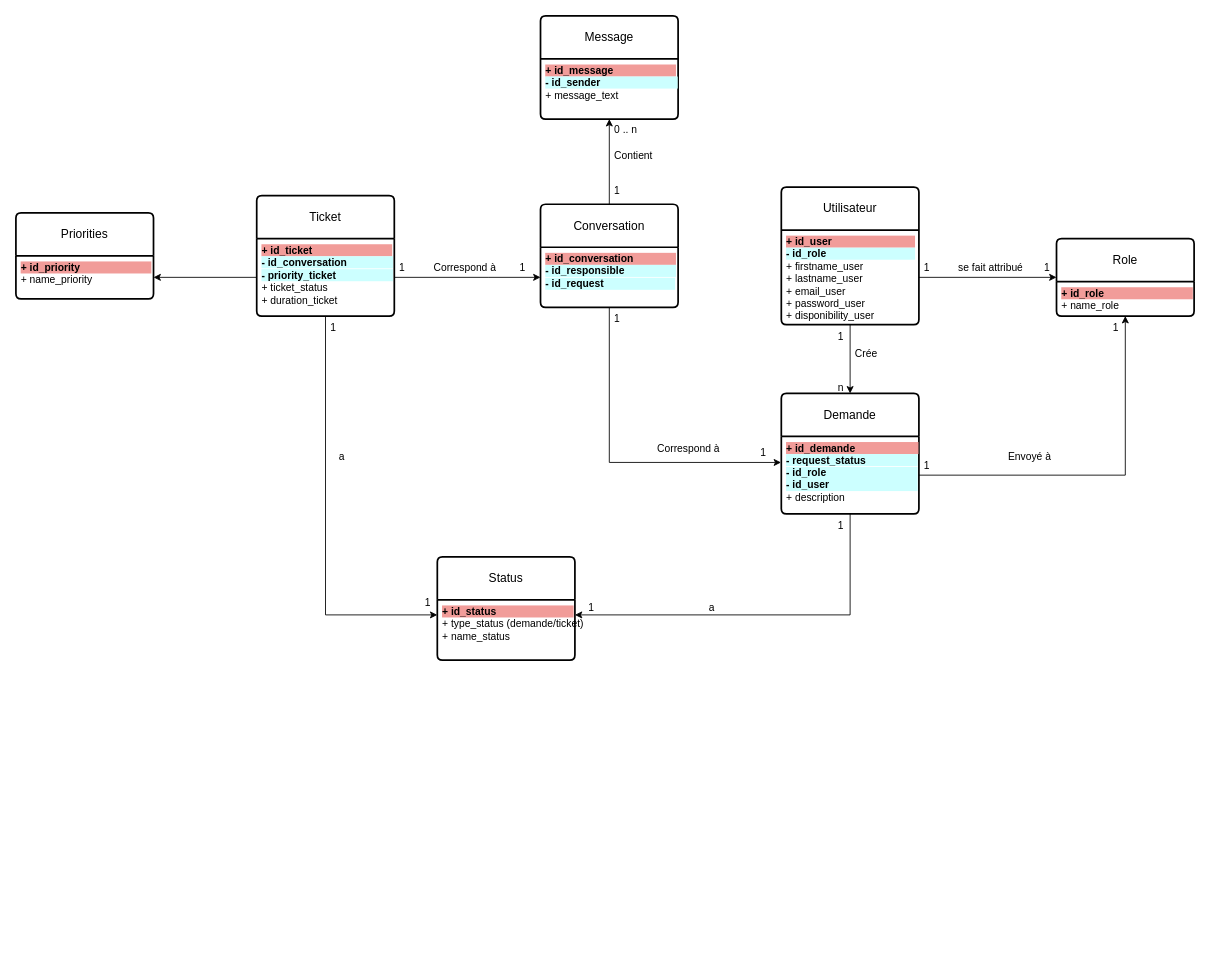
Above: Diagrammes/BDD_diagram.drawio in SamirMrassi/Projet_Innovant (draw.io), before the change. Source tidied: cells renumbered, new cells numbered last; positions are measured from the earlier drawing's top-left corner, leaving out a move shared by most shapes. Both pictures are drawn from the tidied source at 86%, with x=0, y=0 at pixel (15, 15).
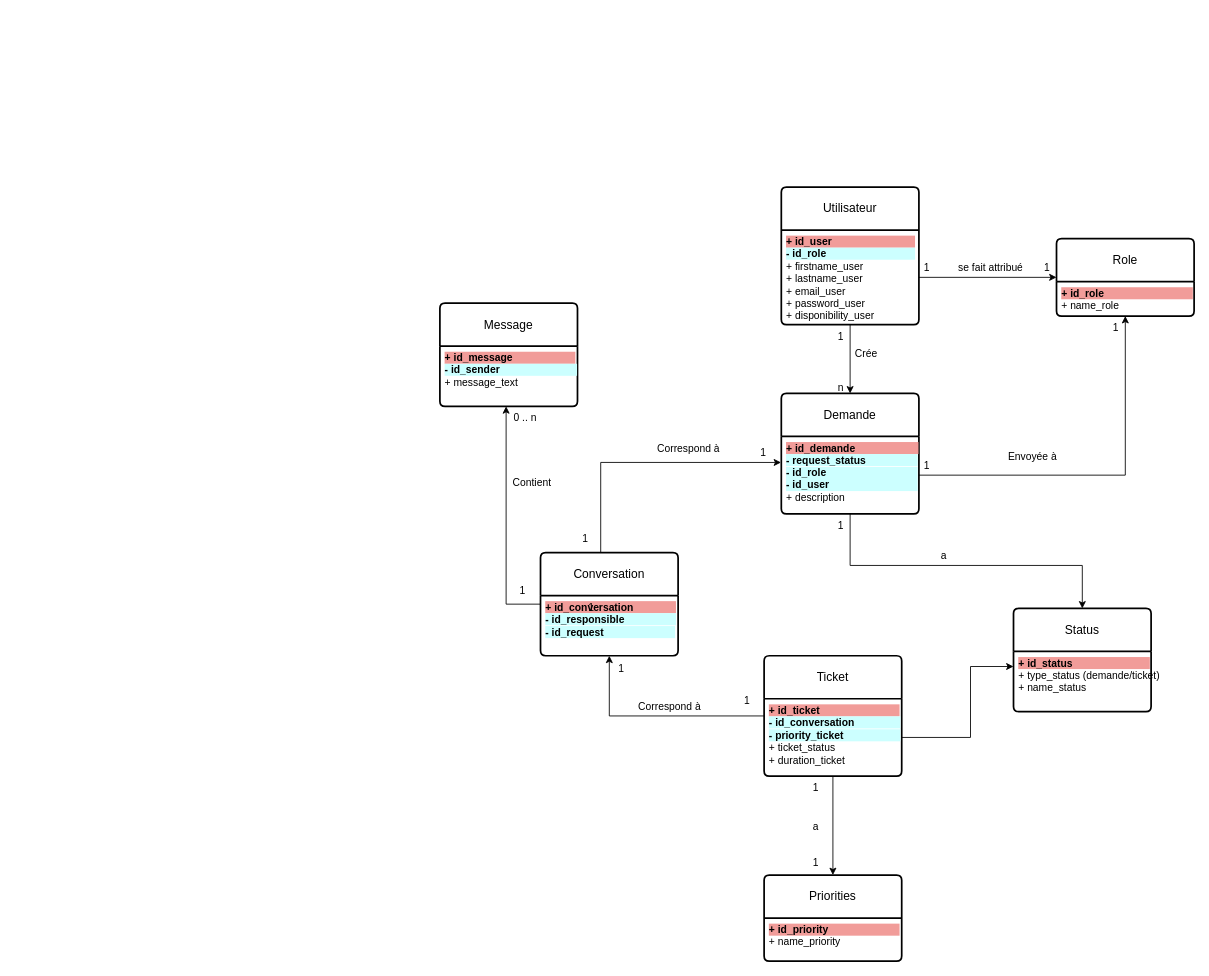
The same diagram, later.

Unchanged cells that the change refers to:
```xml
<mxCell id="11" value="&lt;b style=&quot;background-color: rgb(241, 156, 153);&quot;&gt;+ id_demande&amp;nbsp; &amp;nbsp; &amp;nbsp; &amp;nbsp; &amp;nbsp; &amp;nbsp; &amp;nbsp; &amp;nbsp; &amp;nbsp; &amp;nbsp; &amp;nbsp;&amp;nbsp;&lt;/b&gt;&lt;br&gt;&lt;b&gt;&lt;span style=&quot;background-color: rgb(204, 255, 255);&quot;&gt;- request_status&amp;nbsp; &amp;nbsp; &amp;nbsp; &amp;nbsp; &amp;nbsp; &amp;nbsp; &amp;nbsp; &amp;nbsp; &amp;nbsp;&amp;nbsp;&lt;br&gt;- id_role&amp;nbsp; &amp;nbsp; &amp;nbsp; &amp;nbsp; &amp;nbsp; &amp;nbsp; &amp;nbsp; &amp;nbsp; &amp;nbsp; &amp;nbsp; &amp;nbsp; &amp;nbsp; &amp;nbsp; &amp;nbsp; &amp;nbsp; &amp;nbsp;&amp;nbsp;&lt;br&gt;- id_user&amp;nbsp; &amp;nbsp; &amp;nbsp; &amp;nbsp; &amp;nbsp; &amp;nbsp; &amp;nbsp; &amp;nbsp; &amp;nbsp; &amp;nbsp; &amp;nbsp; &amp;nbsp; &amp;nbsp; &amp;nbsp; &amp;nbsp; &amp;nbsp;&lt;/span&gt;&lt;br&gt;&lt;/b&gt;+ description" style="align=left;strokeColor=none;fillColor=none;spacingLeft=4;fontSize=12;verticalAlign=top;html=1;" parent="10" vertex="1">
  <mxGeometry y="50" width="160" height="90" as="geometry" />
</mxCell>
<mxCell id="19" value="&lt;b&gt;&lt;span style=&quot;background-color: rgb(241, 156, 153);&quot;&gt;+ id_conversation&amp;nbsp; &amp;nbsp; &amp;nbsp; &amp;nbsp; &amp;nbsp; &amp;nbsp; &amp;nbsp; &amp;nbsp;&lt;/span&gt;&lt;br&gt;&lt;span style=&quot;background-color: rgb(204, 255, 255);&quot;&gt;- id_responsible&amp;nbsp; &amp;nbsp; &amp;nbsp; &amp;nbsp; &amp;nbsp; &amp;nbsp; &amp;nbsp; &amp;nbsp; &amp;nbsp;&amp;nbsp;&lt;br&gt;- id_request&amp;nbsp; &amp;nbsp; &amp;nbsp; &amp;nbsp; &amp;nbsp; &amp;nbsp; &amp;nbsp; &amp;nbsp; &amp;nbsp; &amp;nbsp; &amp;nbsp; &amp;nbsp; &amp;nbsp;&lt;/span&gt;&lt;br&gt;&lt;br&gt;&lt;/b&gt;" style="align=left;strokeColor=none;fillColor=none;spacingLeft=4;fontSize=12;verticalAlign=top;html=1;" parent="18" vertex="1">
  <mxGeometry y="50" width="160" height="70" as="geometry" />
</mxCell>
<mxCell id="31" value="&lt;b style=&quot;background-color: rgb(241, 156, 153);&quot;&gt;+ id_ticket&amp;nbsp; &amp;nbsp; &amp;nbsp; &amp;nbsp; &amp;nbsp; &amp;nbsp; &amp;nbsp; &amp;nbsp; &amp;nbsp; &amp;nbsp; &amp;nbsp; &amp;nbsp; &amp;nbsp; &amp;nbsp;&amp;nbsp;&lt;/b&gt;&lt;br&gt;&lt;b style=&quot;border-color: var(--border-color);&quot;&gt;&lt;span style=&quot;background-color: rgb(204, 255, 255);&quot;&gt;&lt;b style=&quot;border-color: var(--border-color);&quot;&gt;- id_conversation&amp;nbsp; &amp;nbsp; &amp;nbsp; &amp;nbsp; &amp;nbsp; &amp;nbsp; &amp;nbsp; &amp;nbsp;&amp;nbsp;&lt;/b&gt;&lt;br&gt;- priority_ticket&amp;nbsp; &amp;nbsp; &amp;nbsp; &amp;nbsp; &amp;nbsp; &amp;nbsp; &amp;nbsp; &amp;nbsp; &amp;nbsp; &amp;nbsp;&amp;nbsp;&lt;/span&gt;&lt;br style=&quot;border-color: var(--border-color);&quot;&gt;&lt;/b&gt;+ ticket_status&lt;br&gt;+ duration_ticket&lt;br&gt;" style="align=left;strokeColor=none;fillColor=none;spacingLeft=4;fontSize=12;verticalAlign=top;html=1;" parent="30" vertex="1">
  <mxGeometry y="50" width="160" height="90" as="geometry" />
</mxCell>
<mxCell id="36" value="&lt;b style=&quot;background-color: rgb(241, 156, 153);&quot;&gt;+ id_message&amp;nbsp; &amp;nbsp; &amp;nbsp; &amp;nbsp; &amp;nbsp; &amp;nbsp; &amp;nbsp; &amp;nbsp; &amp;nbsp; &amp;nbsp; &amp;nbsp;&amp;nbsp;&lt;/b&gt;&lt;br&gt;&lt;b&gt;&lt;span style=&quot;background-color: rgb(204, 255, 255);&quot;&gt;- id_sender&amp;nbsp; &amp;nbsp; &amp;nbsp; &amp;nbsp; &amp;nbsp; &amp;nbsp; &amp;nbsp; &amp;nbsp; &amp;nbsp; &amp;nbsp; &amp;nbsp; &amp;nbsp; &amp;nbsp; &amp;nbsp;&lt;/span&gt;&lt;br&gt;&lt;/b&gt;+ message_text&amp;nbsp;" style="align=left;strokeColor=none;fillColor=none;spacingLeft=4;fontSize=12;verticalAlign=top;html=1;" parent="35" vertex="1">
  <mxGeometry y="50" width="160" height="70" as="geometry" />
</mxCell>
<mxCell id="41" value="&lt;b style=&quot;background-color: rgb(241, 156, 153);&quot;&gt;+ id_status&amp;nbsp; &amp;nbsp; &amp;nbsp; &amp;nbsp; &amp;nbsp; &amp;nbsp; &amp;nbsp; &amp;nbsp; &amp;nbsp; &amp;nbsp; &amp;nbsp; &amp;nbsp; &amp;nbsp; &amp;nbsp;&lt;/b&gt;&lt;br&gt;+ type_status (demande/ticket)&lt;br&gt;+ name_status" style="align=left;strokeColor=none;fillColor=none;spacingLeft=4;fontSize=12;verticalAlign=top;html=1;" parent="40" vertex="1">
  <mxGeometry y="50" width="160" height="70" as="geometry" />
</mxCell>
<mxCell id="51" value="&lt;b style=&quot;background-color: rgb(241, 156, 153);&quot;&gt;+ id_priority&amp;nbsp; &amp;nbsp; &amp;nbsp; &amp;nbsp; &amp;nbsp; &amp;nbsp; &amp;nbsp; &amp;nbsp; &amp;nbsp; &amp;nbsp; &amp;nbsp; &amp;nbsp; &amp;nbsp;&lt;br&gt;&lt;/b&gt;+ name_priority" style="align=left;strokeColor=none;fillColor=none;spacingLeft=4;fontSize=12;verticalAlign=top;html=1;" parent="50" vertex="1">
  <mxGeometry y="50" width="160" height="50" as="geometry" />
</mxCell>
```

The edit, as a diff of the source:
```diff
@@
-    <mxCell id="15" value="Envoyé à&amp;nbsp;" style="text;strokeColor=none;fillColor=none;spacingLeft=4;spacingRight=4;overflow=hidden;fontSize=12;whiteSpace=wrap;html=1;" parent="1" vertex="1">
+    <mxCell id="15" value="Envoyée à&amp;nbsp;" style="text;strokeColor=none;fillColor=none;spacingLeft=4;spacingRight=4;overflow=hidden;fontSize=12;whiteSpace=wrap;html=1;" parent="1" vertex="1">
       <mxGeometry x="1148" y="499" width="95" height="30" as="geometry" />
     </mxCell>
     <mxCell id="16" style="edgeStyle=orthogonalEdgeStyle;rounded=0;jettySize=auto;html=1;entryX=-0.002;entryY=0.336;entryDx=0;entryDy=0;entryPerimeter=0;" parent="1" edge="1" source="18" target="11">
       <mxGeometry relative="1" as="geometry">
         <Array as="points">
-          <mxPoint x="690" y="519" />
+          <mxPoint x="680" y="519" />
         </Array>
       </mxGeometry>
     </mxCell>
     <mxCell id="17" style="edgeStyle=orthogonalEdgeStyle;rounded=0;jettySize=auto;html=1;" parent="1" edge="1" source="18" target="36">
-      <mxGeometry relative="1" as="geometry" />
+      <mxGeometry relative="1" as="geometry">
+        <Array as="points">
+          <mxPoint x="570" y="684" />
+        </Array>
+      </mxGeometry>
     </mxCell>
     <mxCell id="18" value="Conversation" style="swimlane;horizontal=1;startSize=50;rounded=1;fontSize=14;fontStyle=0;strokeWidth=2;shadow=0;dashed=0;align=center;arcSize=4;whiteSpace=wrap;html=1;" parent="1" vertex="1">
-      <mxGeometry x="610" y="219" width="160" height="120" as="geometry" />
+      <mxGeometry x="610" y="624" width="160" height="120" as="geometry" />
     </mxCell>
@@
     <mxCell id="21" value="1" style="text;strokeColor=none;fillColor=none;spacingLeft=4;spacingRight=4;overflow=hidden;fontSize=12;whiteSpace=wrap;html=1;" parent="1" vertex="1">
-      <mxGeometry x="690" y="339" width="40" height="30" as="geometry" />
+      <mxGeometry x="921" y="971" width="40" height="30" as="geometry" />
     </mxCell>
@@
-    <mxCell id="29" style="edgeStyle=orthogonalEdgeStyle;rounded=0;jettySize=auto;html=1;" parent="1" edge="1" source="30" target="19">
+    <mxCell id="29" style="edgeStyle=orthogonalEdgeStyle;rounded=0;jettySize=auto;html=1;exitX=0;exitY=0.5;exitDx=0;exitDy=0;" parent="1" edge="1" source="30">
       <mxGeometry relative="1" as="geometry">
+        <mxPoint x="690" y="744" as="targetPoint" />
         <Array as="points">
-          <mxPoint x="550" y="304" />
-          <mxPoint x="550" y="304" />
+          <mxPoint x="690" y="814" />
         </Array>
       </mxGeometry>
     </mxCell>
     <mxCell id="30" value="Ticket" style="swimlane;horizontal=1;startSize=50;rounded=1;fontSize=14;fontStyle=0;strokeWidth=2;shadow=0;dashed=0;align=center;arcSize=4;whiteSpace=wrap;html=1;" parent="1" vertex="1">
-      <mxGeometry x="280" y="209" width="160" height="140" as="geometry" />
+      <mxGeometry x="870" y="744" width="160" height="140" as="geometry" />
     </mxCell>
@@
     <mxCell id="32" value="Correspond à" style="text;strokeColor=none;fillColor=none;spacingLeft=4;spacingRight=4;overflow=hidden;fontSize=12;whiteSpace=wrap;html=1;" parent="1" vertex="1">
-      <mxGeometry x="480" y="279" width="100" height="30" as="geometry" />
+      <mxGeometry x="718" y="789" width="100" height="30" as="geometry" />
     </mxCell>
     <mxCell id="33" value="1" style="text;strokeColor=none;fillColor=none;spacingLeft=4;spacingRight=4;overflow=hidden;fontSize=12;whiteSpace=wrap;html=1;" parent="1" vertex="1">
-      <mxGeometry x="440" y="279" width="40" height="30" as="geometry" />
+      <mxGeometry x="695" y="745" width="40" height="30" as="geometry" />
     </mxCell>
     <mxCell id="34" value="1" style="text;strokeColor=none;fillColor=none;spacingLeft=4;spacingRight=4;overflow=hidden;fontSize=12;whiteSpace=wrap;html=1;" parent="1" vertex="1">
-      <mxGeometry x="580" y="279" width="40" height="30" as="geometry" />
+      <mxGeometry x="841" y="783" width="40" height="30" as="geometry" />
     </mxCell>
     <mxCell id="35" value="Message" style="swimlane;horizontal=1;startSize=50;rounded=1;fontSize=14;fontStyle=0;strokeWidth=2;shadow=0;dashed=0;align=center;arcSize=4;whiteSpace=wrap;html=1;" parent="1" vertex="1">
-      <mxGeometry x="610" width="160" height="120" as="geometry" />
+      <mxGeometry x="493" y="334" width="160" height="120" as="geometry" />
     </mxCell>
@@
     <mxCell id="37" value="Contient" style="text;strokeColor=none;fillColor=none;spacingLeft=4;spacingRight=4;overflow=hidden;fontSize=12;whiteSpace=wrap;html=1;" parent="1" vertex="1">
-      <mxGeometry x="690" y="149" width="70" height="30" as="geometry" />
+      <mxGeometry x="572" y="529" width="70" height="30" as="geometry" />
     </mxCell>
     <mxCell id="38" value="1" style="text;strokeColor=none;fillColor=none;spacingLeft=4;spacingRight=4;overflow=hidden;fontSize=12;whiteSpace=wrap;html=1;" parent="1" vertex="1">
-      <mxGeometry x="690" y="189" width="40" height="30" as="geometry" />
+      <mxGeometry x="580" y="655" width="40" height="30" as="geometry" />
     </mxCell>
     <mxCell id="39" value="0 .. n" style="text;strokeColor=none;fillColor=none;spacingLeft=4;spacingRight=4;overflow=hidden;fontSize=12;whiteSpace=wrap;html=1;" parent="1" vertex="1">
-      <mxGeometry x="690" y="119" width="40" height="30" as="geometry" />
+      <mxGeometry x="573" y="454" width="40" height="30" as="geometry" />
     </mxCell>
     <mxCell id="40" value="Status" style="swimlane;horizontal=1;startSize=50;rounded=1;fontSize=14;fontStyle=0;strokeWidth=2;shadow=0;dashed=0;align=center;arcSize=4;whiteSpace=wrap;html=1;" parent="1" vertex="1">
-      <mxGeometry x="490" y="629" width="160" height="120" as="geometry" />
+      <mxGeometry x="1160" y="689" width="160" height="120" as="geometry" />
     </mxCell>
@@
-    <mxCell id="42" style="edgeStyle=orthogonalEdgeStyle;rounded=0;jettySize=auto;html=1;entryX=1;entryY=0.25;entryDx=0;entryDy=0;" parent="1" edge="1" source="11" target="41">
+    <mxCell id="42" style="edgeStyle=orthogonalEdgeStyle;rounded=0;jettySize=auto;html=1;entryX=0.5;entryY=0;entryDx=0;entryDy=0;" parent="1" edge="1" source="11" target="40">
       <mxGeometry relative="1" as="geometry">
         <Array as="points">
-          <mxPoint x="970" y="697" />
+          <mxPoint x="970" y="639" />
+          <mxPoint x="1240" y="639" />
         </Array>
       </mxGeometry>
     </mxCell>
-    <mxCell id="43" style="edgeStyle=orthogonalEdgeStyle;rounded=0;jettySize=auto;html=1;entryX=0;entryY=0.25;entryDx=0;entryDy=0;" parent="1" edge="1" source="31" target="41">
+    <mxCell id="43" style="edgeStyle=orthogonalEdgeStyle;rounded=0;jettySize=auto;html=1;entryX=0;entryY=0.25;entryDx=0;entryDy=0;exitX=1;exitY=0.5;exitDx=0;exitDy=0;" parent="1" edge="1" source="31" target="41">
       <mxGeometry relative="1" as="geometry">
         <Array as="points">
-          <mxPoint x="360" y="697" />
+          <mxPoint x="1110" y="839" />
+          <mxPoint x="1110" y="757" />
         </Array>
       </mxGeometry>
     </mxCell>
     <mxCell id="44" value="1" style="text;strokeColor=none;fillColor=none;spacingLeft=4;spacingRight=4;overflow=hidden;fontSize=12;whiteSpace=wrap;html=1;" parent="1" vertex="1">
-      <mxGeometry x="360" y="349" width="40" height="30" as="geometry" />
+      <mxGeometry x="921" y="884" width="40" height="30" as="geometry" />
     </mxCell>
     <mxCell id="45" value="1" style="text;strokeColor=none;fillColor=none;spacingLeft=4;spacingRight=4;overflow=hidden;fontSize=12;whiteSpace=wrap;html=1;" parent="1" vertex="1">
-      <mxGeometry x="470" y="669" width="40" height="30" as="geometry" />
+      <mxGeometry x="653" y="594" width="40" height="30" as="geometry" />
     </mxCell>
@@
     <mxCell id="48" value="a" style="text;strokeColor=none;fillColor=none;spacingLeft=4;spacingRight=4;overflow=hidden;fontSize=12;whiteSpace=wrap;html=1;" parent="1" vertex="1">
-      <mxGeometry x="370" y="499" width="40" height="30" as="geometry" />
+      <mxGeometry x="921" y="929" width="40" height="30" as="geometry" />
     </mxCell>
     <mxCell id="49" value="a" style="text;strokeColor=none;fillColor=none;spacingLeft=4;spacingRight=4;overflow=hidden;fontSize=12;whiteSpace=wrap;html=1;" parent="1" vertex="1">
-      <mxGeometry x="800" y="674" width="40" height="30" as="geometry" />
+      <mxGeometry x="1070" y="614" width="40" height="30" as="geometry" />
     </mxCell>
     <mxCell id="50" value="Priorities" style="swimlane;horizontal=1;startSize=50;rounded=1;fontSize=14;fontStyle=0;strokeWidth=2;shadow=0;dashed=0;align=center;arcSize=4;whiteSpace=wrap;html=1;" parent="1" vertex="1">
-      <mxGeometry y="229" width="160" height="100" as="geometry" />
+      <mxGeometry x="870" y="999" width="160" height="100" as="geometry" />
     </mxCell>
@@
-    <mxCell id="52" style="edgeStyle=orthogonalEdgeStyle;rounded=0;jettySize=auto;html=1;entryX=1;entryY=0.5;entryDx=0;entryDy=0;" parent="1" edge="1" source="31" target="51">
+    <mxCell id="52" style="edgeStyle=orthogonalEdgeStyle;rounded=0;jettySize=auto;html=1;entryX=0.5;entryY=0;entryDx=0;entryDy=0;" parent="1" edge="1" source="31" target="50">
       <mxGeometry relative="1" as="geometry" />
     </mxCell>
```
